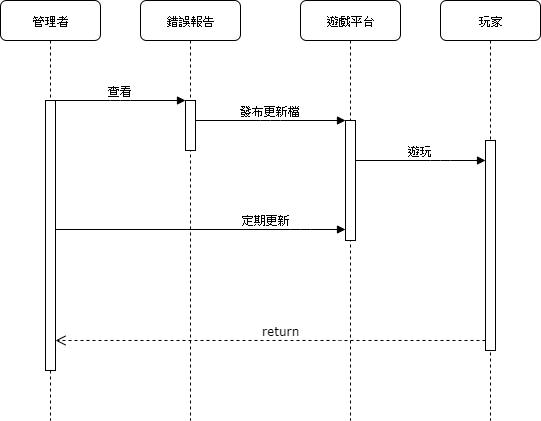
Above: 後台維護系統循序圖.png in 0624036/0624036_OO (draw.io), before the change. Source tidied: cells renumbered, new cells last; positions are measured from the earlier drawing's top-left corner, leaving out a move shared by most shapes. Source of this version:
```xml
<mxGraphModel background="#ffffff">
  <root>
    <mxCell id="0" />
    <mxCell id="1" parent="0" />
    <mxCell id="2" value="錯誤報告" style="shape=umlLifeline;perimeter=lifelinePerimeter;whiteSpace=wrap;html=1;rounded=1;shadow=0;comic=0;labelBackgroundColor=none;strokeWidth=1;fontFamily=Verdana;fontSize=12;align=center;" parent="1" vertex="1">
      <mxGeometry x="140" width="100" height="420" as="geometry" />
    </mxCell>
    <mxCell id="3" style="html=1;points=[];perimeter=orthogonalPerimeter;rounded=0;shadow=0;comic=0;labelBackgroundColor=none;strokeWidth=1;fontFamily=Verdana;fontSize=12;align=center;" parent="2" vertex="1">
      <mxGeometry x="45" y="100" width="10" height="50" as="geometry" />
    </mxCell>
    <mxCell id="4" value="遊戲平台" style="shape=umlLifeline;perimeter=lifelinePerimeter;whiteSpace=wrap;html=1;rounded=1;shadow=0;comic=0;labelBackgroundColor=none;strokeWidth=1;fontFamily=Verdana;fontSize=12;align=center;" parent="1" vertex="1">
      <mxGeometry x="300" width="100" height="420" as="geometry" />
    </mxCell>
    <mxCell id="5" style="html=1;points=[];perimeter=orthogonalPerimeter;rounded=0;shadow=0;comic=0;labelBackgroundColor=none;strokeWidth=1;fontFamily=Verdana;fontSize=12;align=center;" parent="4" vertex="1">
      <mxGeometry x="45" y="120" width="10" height="120" as="geometry" />
    </mxCell>
    <mxCell id="6" value="玩家" style="shape=umlLifeline;perimeter=lifelinePerimeter;whiteSpace=wrap;html=1;rounded=1;shadow=0;comic=0;labelBackgroundColor=none;strokeWidth=1;fontFamily=Verdana;fontSize=12;align=center;" parent="1" vertex="1">
      <mxGeometry x="440" width="100" height="420" as="geometry" />
    </mxCell>
    <mxCell id="7" value="管理者" style="shape=umlLifeline;perimeter=lifelinePerimeter;whiteSpace=wrap;html=1;rounded=1;shadow=0;comic=0;labelBackgroundColor=none;strokeWidth=1;fontFamily=Verdana;fontSize=12;align=center;" parent="1" vertex="1">
      <mxGeometry width="100" height="420" as="geometry" />
    </mxCell>
    <mxCell id="8" style="html=1;points=[];perimeter=orthogonalPerimeter;rounded=0;shadow=0;comic=0;labelBackgroundColor=none;strokeWidth=1;fontFamily=Verdana;fontSize=12;align=center;" parent="7" vertex="1">
      <mxGeometry x="45" y="100" width="10" height="270" as="geometry" />
    </mxCell>
    <mxCell id="9" style="html=1;points=[];perimeter=orthogonalPerimeter;rounded=0;shadow=0;comic=0;labelBackgroundColor=none;strokeWidth=1;fontFamily=Verdana;fontSize=12;align=center;" parent="1" vertex="1">
      <mxGeometry x="485" y="140" width="10" height="210" as="geometry" />
    </mxCell>
    <mxCell id="10" value="遊玩" style="html=1;verticalAlign=bottom;endArrow=block;labelBackgroundColor=none;fontFamily=Verdana;fontSize=12;edgeStyle=elbowEdgeStyle;elbow=vertical;" parent="1" edge="1" source="5" target="9">
      <mxGeometry relative="1" as="geometry">
        <Array as="points">
          <mxPoint x="440" y="160" />
          <mxPoint x="360" y="140" />
        </Array>
      </mxGeometry>
    </mxCell>
    <mxCell id="11" value="定期更新" style="html=1;verticalAlign=bottom;endArrow=block;labelBackgroundColor=none;fontFamily=Verdana;fontSize=12;" parent="1" edge="1" source="8" target="5">
      <mxGeometry x="0.66" y="30" relative="1" as="geometry">
        <Array as="points">
          <mxPoint x="300" y="229" />
        </Array>
        <mxPoint x="-30" y="30" as="offset" />
      </mxGeometry>
    </mxCell>
    <mxCell id="12" value="return" style="html=1;verticalAlign=bottom;endArrow=open;dashed=1;endSize=8;labelBackgroundColor=none;fontFamily=Verdana;fontSize=12;edgeStyle=elbowEdgeStyle;elbow=vertical;" parent="1" edge="1" source="9" target="8">
      <mxGeometry x="-0.05" relative="1" as="geometry">
        <Array as="points">
          <mxPoint x="330" y="340" />
          <mxPoint x="440" y="300" />
          <mxPoint x="430" y="300" />
          <mxPoint x="470" y="520" />
        </Array>
      </mxGeometry>
    </mxCell>
    <mxCell id="13" value="查看" style="html=1;verticalAlign=bottom;endArrow=block;entryX=0;entryY=0;labelBackgroundColor=none;fontFamily=Verdana;fontSize=12;edgeStyle=elbowEdgeStyle;elbow=vertical;" parent="1" edge="1" source="8" target="3">
      <mxGeometry relative="1" as="geometry" />
    </mxCell>
    <mxCell id="14" value="發布更新檔" style="html=1;verticalAlign=bottom;endArrow=block;entryX=0;entryY=0;labelBackgroundColor=none;fontFamily=Verdana;fontSize=12;edgeStyle=elbowEdgeStyle;elbow=vertical;" parent="1" edge="1" source="3" target="5">
      <mxGeometry relative="1" as="geometry" />
    </mxCell>
  </root>
</mxGraphModel>
```
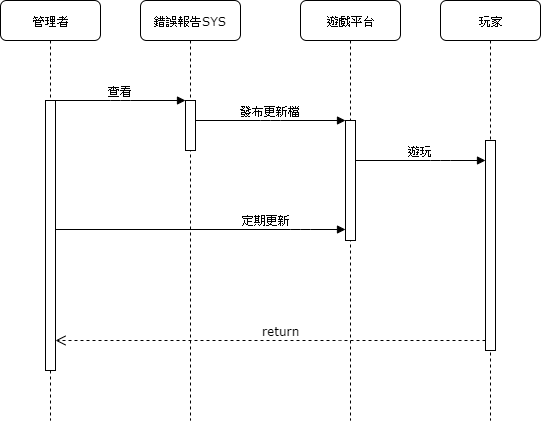
Later version of the same file.

Commit message:
Added 後台維護系統循序圖.png

What changed in the source:
```diff
@@ -2,7 +2,7 @@
   <root>
     <mxCell id="0" />
     <mxCell id="1" parent="0" />
-    <mxCell id="2" value="錯誤報告" style="shape=umlLifeline;perimeter=lifelinePerimeter;whiteSpace=wrap;html=1;rounded=1;shadow=0;comic=0;labelBackgroundColor=none;strokeWidth=1;fontFamily=Verdana;fontSize=12;align=center;" parent="1" vertex="1">
+    <mxCell id="2" value="錯誤報告SYS" style="shape=umlLifeline;perimeter=lifelinePerimeter;whiteSpace=wrap;html=1;rounded=1;shadow=0;comic=0;labelBackgroundColor=none;strokeWidth=1;fontFamily=Verdana;fontSize=12;align=center;" parent="1" vertex="1">
       <mxGeometry x="140" width="100" height="420" as="geometry" />
     </mxCell>
     <mxCell id="3" style="html=1;points=[];perimeter=orthogonalPerimeter;rounded=0;shadow=0;comic=0;labelBackgroundColor=none;strokeWidth=1;fontFamily=Verdana;fontSize=12;align=center;" parent="2" vertex="1">
```
